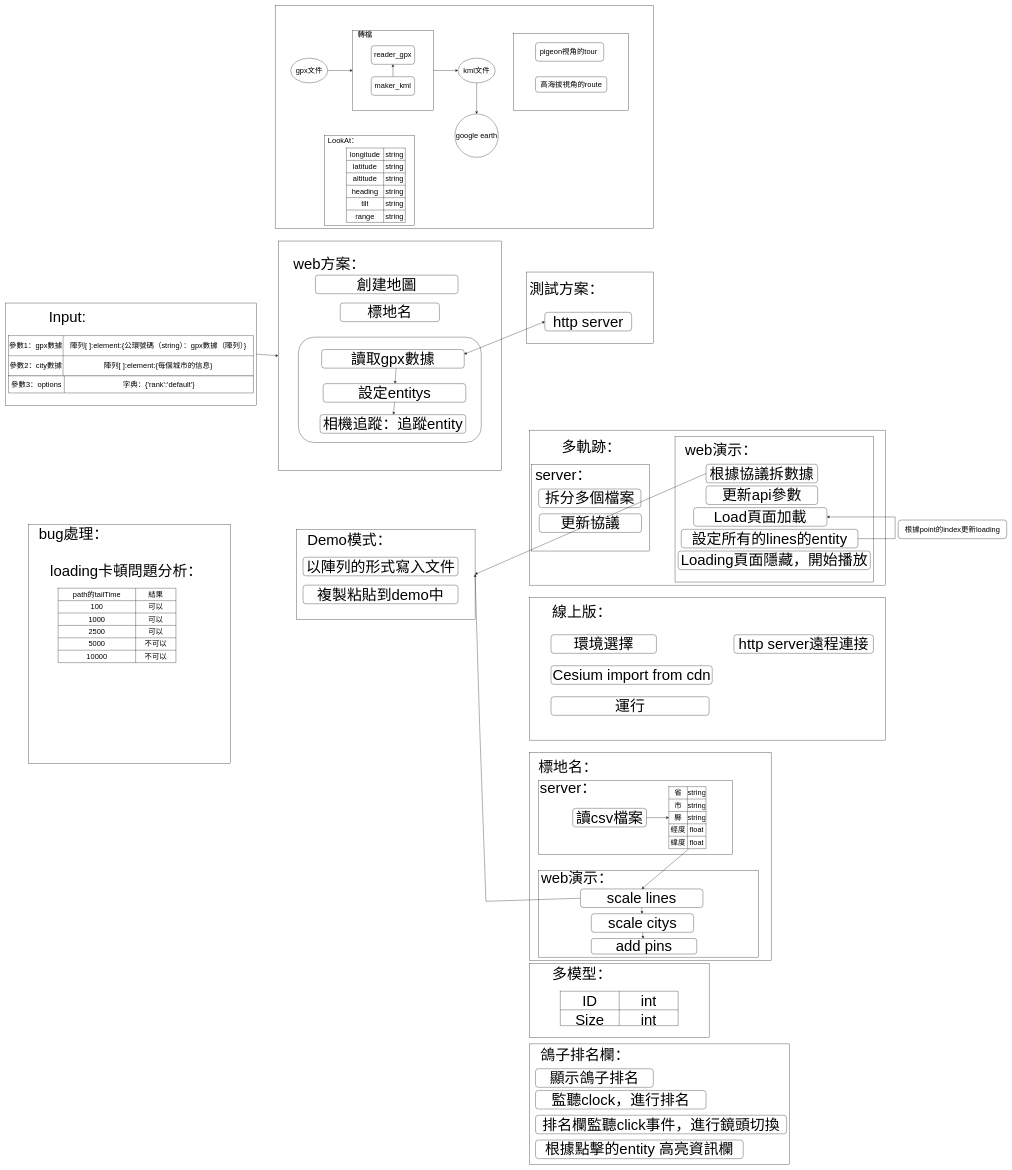
pengzhen80/PigeonRace keeps this draw.io diagram as 3d展示.drawio. Above is the earlier version. Source tidied: cells renumbered, new cells numbered last; positions are measured from the earlier drawing's top-left corner, leaving out a move shared by most shapes. Both pictures are drawn from the tidied source at 31%, with x=0, y=0 at pixel (5, 5).
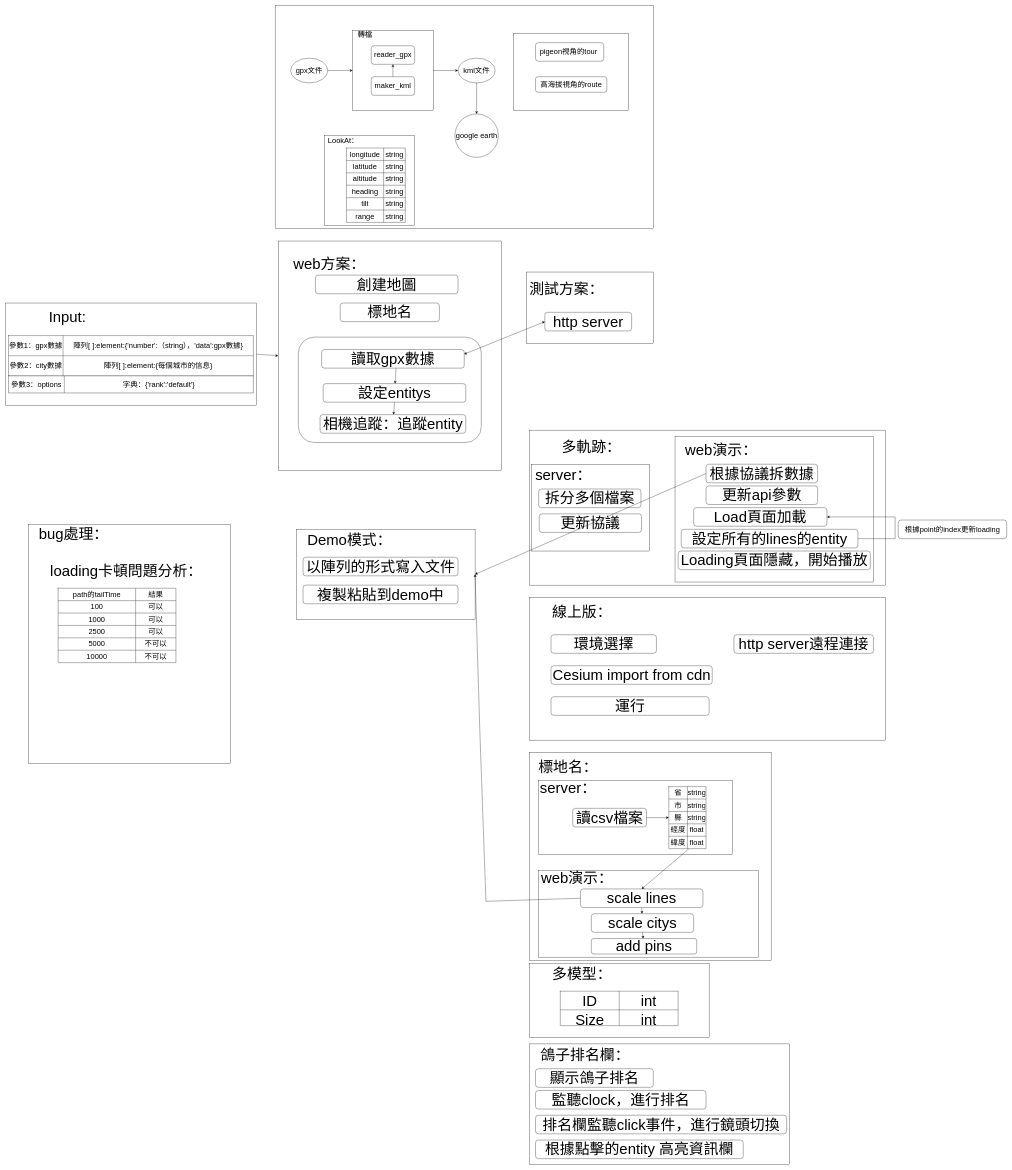
After the change.

Unchanged cells that the change refers to:
```xml
<mxCell id="150" style="shape=tableRow;horizontal=0;startSize=0;swimlaneHead=0;swimlaneBody=0;top=0;left=0;bottom=0;right=0;fillColor=none;" parent="149" vertex="1">
  <mxGeometry width="790" height="65" as="geometry" />
</mxCell>
```

Diff of the diagram source:
```diff
@@
-    <mxCell id="152" value="&lt;font style=&quot;font-size: 24px&quot;&gt;陣列[ ]:element:{公環號碼（string）：gpx數據（陣列）}&lt;/font&gt;" style="shape=partialRectangle;html=1;whiteSpace=wrap;overflow=hidden;fillColor=none;top=0;left=0;bottom=0;right=0;" parent="150" vertex="1">
+    <mxCell id="152" value="&lt;font style=&quot;font-size: 24px&quot;&gt;陣列[ ]:element:{'number':（string），'data':gpx數據}&lt;/font&gt;" style="shape=partialRectangle;html=1;whiteSpace=wrap;overflow=hidden;fillColor=none;top=0;left=0;bottom=0;right=0;" parent="150" vertex="1">
       <mxGeometry x="176" width="614" height="65" as="geometry" />
     </mxCell>
```
